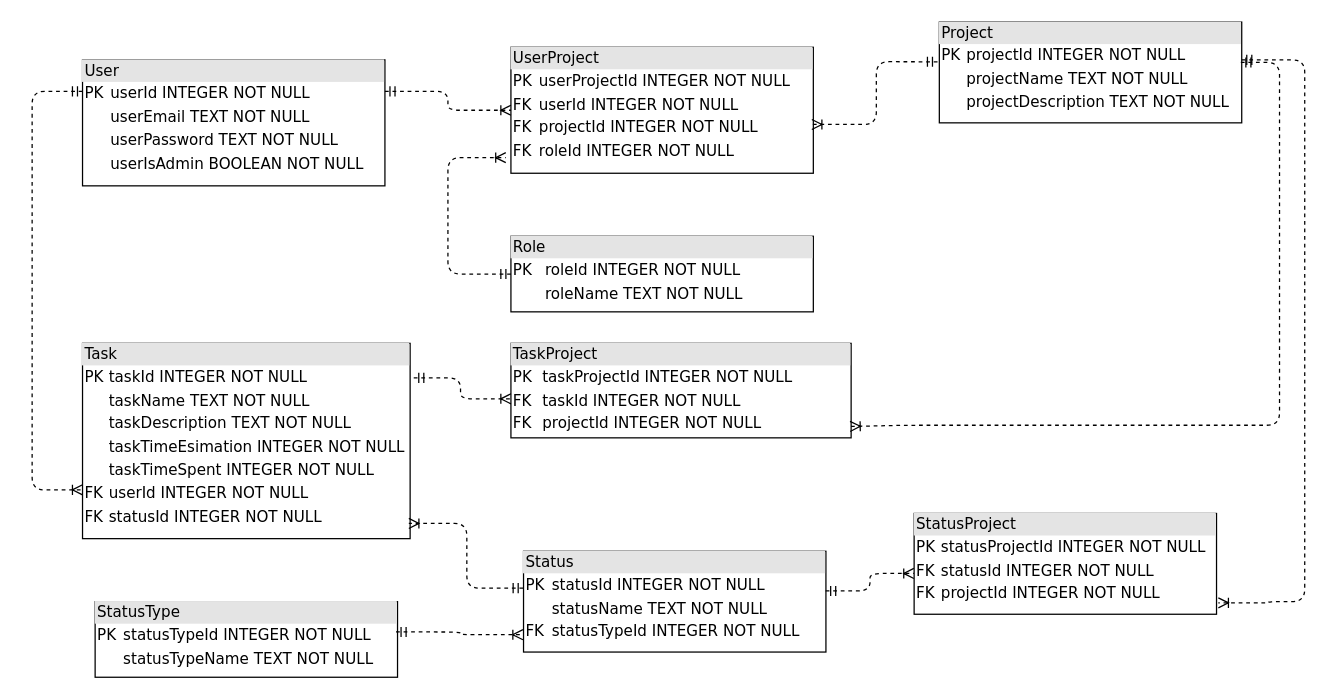
The draw.io diagram docs/raw_diagrams/database.drawio in aVorotnikov/thunder_board, before the edit. Source tidied: cells renumbered, new cells numbered last; positions are measured from the earlier drawing's top-left corner, leaving out a move shared by most shapes. Both pictures are drawn from the tidied source at 126%, with x=0, y=0 at pixel (32, 21).
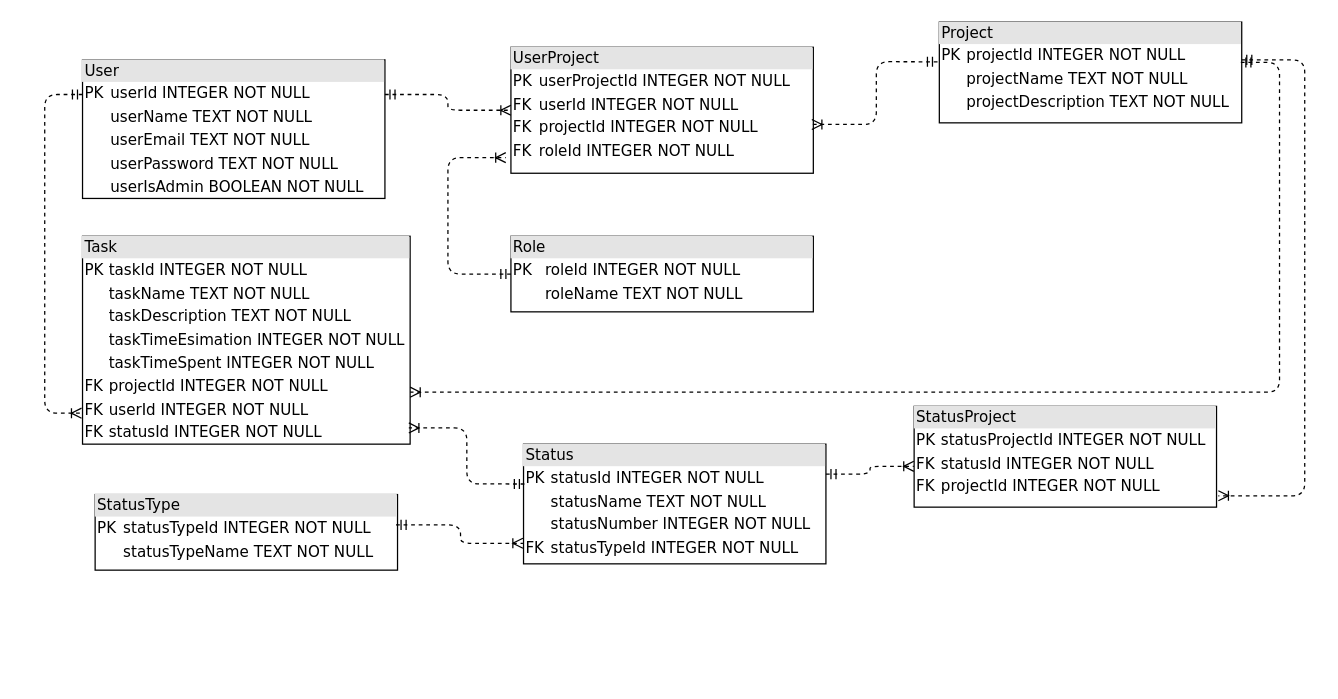
After the change.

Commit message (it also covers changes not shown here):
Исправление схемы данных по ревью

The change refers to these unchanged cells:
```xml
<mxCell id="3" value="&lt;div style=&quot;box-sizing: border-box ; width: 100% ; background: #e4e4e4 ; padding: 2px&quot;&gt;Project&lt;/div&gt;&lt;table style=&quot;width: 100% ; font-size: 1em&quot; cellpadding=&quot;2&quot; cellspacing=&quot;0&quot;&gt;&lt;tbody&gt;&lt;tr&gt;&lt;td&gt;PK&lt;/td&gt;&lt;td&gt;projectId INTEGER NOT NULL&lt;/td&gt;&lt;/tr&gt;&lt;tr&gt;&lt;td&gt;&lt;br&gt;&lt;/td&gt;&lt;td&gt;projectName TEXT NOT NULL&lt;/td&gt;&lt;/tr&gt;&lt;tr&gt;&lt;td&gt;&lt;/td&gt;&lt;td&gt;projectDescription TEXT NOT NULL&lt;/td&gt;&lt;/tr&gt;&lt;tr&gt;&lt;td&gt;&lt;br&gt;&lt;/td&gt;&lt;td&gt;&lt;br&gt;&lt;/td&gt;&lt;/tr&gt;&lt;/tbody&gt;&lt;/table&gt;" style="verticalAlign=top;align=left;overflow=fill;html=1;rounded=0;shadow=0;comic=0;labelBackgroundColor=none;strokeWidth=1;fontFamily=Verdana;fontSize=12;" parent="1" vertex="1">
  <mxGeometry x="720" width="240" height="80" as="geometry" />
</mxCell>
```

What changed in the source:
```diff
@@
-    <mxCell id="2" value="&lt;div style=&quot;box-sizing: border-box ; width: 100% ; background: #e4e4e4 ; padding: 2px&quot;&gt;User&lt;/div&gt;&lt;table style=&quot;width: 100% ; font-size: 1em&quot; cellpadding=&quot;2&quot; cellspacing=&quot;0&quot;&gt;&lt;tbody&gt;&lt;tr&gt;&lt;td&gt;PK&lt;/td&gt;&lt;td&gt;userId INTEGER NOT NULL&lt;/td&gt;&lt;/tr&gt;&lt;tr&gt;&lt;td&gt;&lt;br&gt;&lt;/td&gt;&lt;td&gt;userEmail TEXT NOT NULL&lt;/td&gt;&lt;/tr&gt;&lt;tr&gt;&lt;td&gt;&lt;/td&gt;&lt;td&gt;userPassword TEXT NOT NULL&lt;/td&gt;&lt;/tr&gt;&lt;tr&gt;&lt;td&gt;&lt;br&gt;&lt;/td&gt;&lt;td&gt;userIsAdmin BOOLEAN NOT NULL&lt;br&gt;&lt;/td&gt;&lt;/tr&gt;&lt;/tbody&gt;&lt;/table&gt;" style="verticalAlign=top;align=left;overflow=fill;html=1;rounded=0;shadow=0;comic=0;labelBackgroundColor=none;strokeWidth=1;fontFamily=Verdana;fontSize=12;" parent="1" vertex="1">
-      <mxGeometry x="40" y="30" width="240" height="100" as="geometry" />
+    <mxCell id="2" value="&lt;div style=&quot;box-sizing: border-box ; width: 100% ; background: #e4e4e4 ; padding: 2px&quot;&gt;User&lt;/div&gt;&lt;table style=&quot;width: 100% ; font-size: 1em&quot; cellpadding=&quot;2&quot; cellspacing=&quot;0&quot;&gt;&lt;tbody&gt;&lt;tr&gt;&lt;td&gt;PK&lt;/td&gt;&lt;td&gt;userId INTEGER NOT NULL&lt;/td&gt;&lt;/tr&gt;&lt;tr&gt;&lt;td&gt;&lt;br&gt;&lt;/td&gt;&lt;td&gt;userName TEXT NOT NULL&lt;/td&gt;&lt;/tr&gt;&lt;tr&gt;&lt;td&gt;&lt;br&gt;&lt;/td&gt;&lt;td&gt;userEmail TEXT NOT NULL&lt;/td&gt;&lt;/tr&gt;&lt;tr&gt;&lt;td&gt;&lt;/td&gt;&lt;td&gt;userPassword TEXT NOT NULL&lt;/td&gt;&lt;/tr&gt;&lt;tr&gt;&lt;td&gt;&lt;br&gt;&lt;/td&gt;&lt;td&gt;userIsAdmin BOOLEAN NOT NULL&lt;br&gt;&lt;/td&gt;&lt;/tr&gt;&lt;/tbody&gt;&lt;/table&gt;" style="verticalAlign=top;align=left;overflow=fill;html=1;rounded=0;shadow=0;comic=0;labelBackgroundColor=none;strokeWidth=1;fontFamily=Verdana;fontSize=12;" parent="1" vertex="1">
+      <mxGeometry x="40" y="30" width="240" height="110" as="geometry" />
     </mxCell>
@@
-    <mxCell id="9" value="&lt;div style=&quot;box-sizing: border-box ; width: 100% ; background: #e4e4e4 ; padding: 2px&quot;&gt;Task&lt;/div&gt;&lt;table style=&quot;width: 100% ; font-size: 1em&quot; cellpadding=&quot;2&quot; cellspacing=&quot;0&quot;&gt;&lt;tbody&gt;&lt;tr&gt;&lt;td&gt;PK&lt;/td&gt;&lt;td&gt;taskId INTEGER NOT NULL&lt;/td&gt;&lt;/tr&gt;&lt;tr&gt;&lt;td&gt;&lt;br&gt;&lt;/td&gt;&lt;td&gt;taskName TEXT NOT NULL&lt;/td&gt;&lt;/tr&gt;&lt;tr&gt;&lt;td&gt;&lt;/td&gt;&lt;td&gt;taskDescription TEXT NOT NULL&lt;br&gt;&lt;/td&gt;&lt;/tr&gt;&lt;tr&gt;&lt;td&gt;&lt;br&gt;&lt;/td&gt;&lt;td&gt;taskTimeEsimation INTEGER NOT NULL&lt;br&gt;&lt;/td&gt;&lt;/tr&gt;&lt;tr&gt;&lt;td&gt;&lt;br&gt;&lt;/td&gt;&lt;td&gt;taskTimeSpent INTEGER NOT NULL&lt;br&gt;&lt;/td&gt;&lt;/tr&gt;&lt;tr&gt;&lt;td&gt;FK&lt;/td&gt;&lt;td&gt;userId INTEGER NOT NULL&lt;/td&gt;&lt;/tr&gt;&lt;tr&gt;&lt;td&gt;FK&lt;/td&gt;&lt;td&gt;statusId INTEGER NOT NULL&lt;/td&gt;&lt;/tr&gt;&lt;/tbody&gt;&lt;/table&gt;" style="verticalAlign=top;align=left;overflow=fill;html=1;rounded=0;shadow=0;comic=0;labelBackgroundColor=none;strokeWidth=1;fontFamily=Verdana;fontSize=12;" parent="1" vertex="1">
-      <mxGeometry x="40" y="255" width="260" height="155" as="geometry" />
+    <mxCell id="9" value="&lt;div style=&quot;box-sizing: border-box ; width: 100% ; background: #e4e4e4 ; padding: 2px&quot;&gt;Task&lt;/div&gt;&lt;table style=&quot;width: 100% ; font-size: 1em&quot; cellpadding=&quot;2&quot; cellspacing=&quot;0&quot;&gt;&lt;tbody&gt;&lt;tr&gt;&lt;td&gt;PK&lt;/td&gt;&lt;td&gt;taskId INTEGER NOT NULL&lt;/td&gt;&lt;/tr&gt;&lt;tr&gt;&lt;td&gt;&lt;br&gt;&lt;/td&gt;&lt;td&gt;taskName TEXT NOT NULL&lt;/td&gt;&lt;/tr&gt;&lt;tr&gt;&lt;td&gt;&lt;/td&gt;&lt;td&gt;taskDescription TEXT NOT NULL&lt;br&gt;&lt;/td&gt;&lt;/tr&gt;&lt;tr&gt;&lt;td&gt;&lt;br&gt;&lt;/td&gt;&lt;td&gt;taskTimeEsimation INTEGER NOT NULL&lt;br&gt;&lt;/td&gt;&lt;/tr&gt;&lt;tr&gt;&lt;td&gt;&lt;br&gt;&lt;/td&gt;&lt;td&gt;taskTimeSpent INTEGER NOT NULL&lt;br&gt;&lt;/td&gt;&lt;/tr&gt;&lt;tr&gt;&lt;td&gt;FK&lt;/td&gt;&lt;td&gt;projectId INTEGER NOT NULL&lt;/td&gt;&lt;/tr&gt;&lt;tr&gt;&lt;td&gt;FK&lt;/td&gt;&lt;td&gt;userId INTEGER NOT NULL&lt;/td&gt;&lt;/tr&gt;&lt;tr&gt;&lt;td&gt;FK&lt;/td&gt;&lt;td&gt;statusId INTEGER NOT NULL&lt;/td&gt;&lt;/tr&gt;&lt;/tbody&gt;&lt;/table&gt;" style="verticalAlign=top;align=left;overflow=fill;html=1;rounded=0;shadow=0;comic=0;labelBackgroundColor=none;strokeWidth=1;fontFamily=Verdana;fontSize=12;" parent="1" vertex="1">
+      <mxGeometry x="40" y="170" width="260" height="165" as="geometry" />
     </mxCell>
-    <mxCell id="10" style="edgeStyle=orthogonalEdgeStyle;html=1;dashed=1;labelBackgroundColor=none;startArrow=ERmandOne;endArrow=ERoneToMany;fontFamily=Verdana;fontSize=12;align=left;entryX=0;entryY=0.75;entryDx=0;entryDy=0;exitX=0;exitY=0.25;exitDx=0;exitDy=0;" parent="1" edge="1" source="2" target="9">
+    <mxCell id="10" style="edgeStyle=orthogonalEdgeStyle;html=1;dashed=1;labelBackgroundColor=none;startArrow=ERmandOne;endArrow=ERoneToMany;fontFamily=Verdana;fontSize=12;align=left;entryX=-0.003;entryY=0.851;entryDx=0;entryDy=0;exitX=0;exitY=0.25;exitDx=0;exitDy=0;entryPerimeter=0;" parent="1" edge="1" source="2" target="9">
       <mxGeometry relative="1" as="geometry">
         <Array as="points">
-          <mxPoint y="55" />
-          <mxPoint y="371" />
+          <mxPoint x="10" y="58" />
+          <mxPoint x="10" y="310" />
         </Array>
       </mxGeometry>
     </mxCell>
-    <mxCell id="11" value="&lt;div style=&quot;box-sizing: border-box ; width: 100% ; background: #e4e4e4 ; padding: 2px&quot;&gt;TaskProject&lt;/div&gt;&lt;table style=&quot;width: 100% ; font-size: 1em&quot; cellpadding=&quot;2&quot; cellspacing=&quot;0&quot;&gt;&lt;tbody&gt;&lt;tr&gt;&lt;td&gt;PK&lt;/td&gt;&lt;td&gt;taskProjectId INTEGER NOT NULL&lt;/td&gt;&lt;/tr&gt;&lt;tr&gt;&lt;td&gt;FK&lt;/td&gt;&lt;td&gt;taskId INTEGER NOT NULL&lt;/td&gt;&lt;/tr&gt;&lt;tr&gt;&lt;td&gt;FK&lt;/td&gt;&lt;td&gt;projectId INTEGER&amp;nbsp;NOT NULL&lt;/td&gt;&lt;/tr&gt;&lt;tr&gt;&lt;td&gt;&lt;br&gt;&lt;/td&gt;&lt;td&gt;&lt;br&gt;&lt;/td&gt;&lt;/tr&gt;&lt;/tbody&gt;&lt;/table&gt;" style="verticalAlign=top;align=left;overflow=fill;html=1;rounded=0;shadow=0;comic=0;labelBackgroundColor=none;strokeWidth=1;fontFamily=Verdana;fontSize=12;" parent="1" vertex="1">
-      <mxGeometry x="380" y="255" width="270" height="75" as="geometry" />
-    </mxCell>
-    <mxCell id="12" style="edgeStyle=orthogonalEdgeStyle;html=1;dashed=1;labelBackgroundColor=none;startArrow=ERmandOne;endArrow=ERoneToMany;fontFamily=Verdana;fontSize=12;align=left;exitX=1.011;exitY=0.177;exitDx=0;exitDy=0;exitPerimeter=0;entryX=0;entryY=0.587;entryDx=0;entryDy=0;entryPerimeter=0;" parent="1" edge="1" source="9" target="11">
-      <mxGeometry relative="1" as="geometry" />
-    </mxCell>
-    <mxCell id="13" style="edgeStyle=orthogonalEdgeStyle;html=1;dashed=1;labelBackgroundColor=none;startArrow=ERmandOne;endArrow=ERoneToMany;fontFamily=Verdana;fontSize=12;align=left;entryX=0.997;entryY=0.879;entryDx=0;entryDy=0;exitX=0.997;exitY=0.401;exitDx=0;exitDy=0;exitPerimeter=0;entryPerimeter=0;" parent="1" edge="1" source="3" target="11">
+    <mxCell id="13" style="edgeStyle=orthogonalEdgeStyle;html=1;dashed=1;labelBackgroundColor=none;startArrow=ERmandOne;endArrow=ERoneToMany;fontFamily=Verdana;fontSize=12;align=left;entryX=1;entryY=0.75;entryDx=0;entryDy=0;exitX=0.997;exitY=0.401;exitDx=0;exitDy=0;exitPerimeter=0;" parent="1" edge="1" source="3" target="9">
       <mxGeometry relative="1" as="geometry">
         <Array as="points">
           <mxPoint x="990" y="32" />
-          <mxPoint x="990" y="320" />
-          <mxPoint x="695" y="320" />
+          <mxPoint x="990" y="294" />
         </Array>
       </mxGeometry>
     </mxCell>
-    <mxCell id="14" value="&lt;div style=&quot;box-sizing: border-box ; width: 100% ; background: #e4e4e4 ; padding: 2px&quot;&gt;Status&lt;/div&gt;&lt;table style=&quot;width: 100% ; font-size: 1em&quot; cellpadding=&quot;2&quot; cellspacing=&quot;0&quot;&gt;&lt;tbody&gt;&lt;tr&gt;&lt;td&gt;PK&lt;/td&gt;&lt;td&gt;statusId INTEGER NOT NULL&lt;/td&gt;&lt;/tr&gt;&lt;tr&gt;&lt;td&gt;&lt;br&gt;&lt;/td&gt;&lt;td&gt;statusName TEXT NOT NULL&lt;/td&gt;&lt;/tr&gt;&lt;tr&gt;&lt;td&gt;FK&lt;/td&gt;&lt;td&gt;statusTypeId INTEGER NOT NULL&lt;/td&gt;&lt;/tr&gt;&lt;tr&gt;&lt;td&gt;&lt;br&gt;&lt;/td&gt;&lt;td&gt;&lt;br&gt;&lt;/td&gt;&lt;/tr&gt;&lt;/tbody&gt;&lt;/table&gt;" style="verticalAlign=top;align=left;overflow=fill;html=1;rounded=0;shadow=0;comic=0;labelBackgroundColor=none;strokeWidth=1;fontFamily=Verdana;fontSize=12;" parent="1" vertex="1">
-      <mxGeometry x="390" y="420" width="240" height="80" as="geometry" />
+    <mxCell id="14" value="&lt;div style=&quot;box-sizing: border-box ; width: 100% ; background: #e4e4e4 ; padding: 2px&quot;&gt;Status&lt;/div&gt;&lt;table style=&quot;width: 100% ; font-size: 1em&quot; cellpadding=&quot;2&quot; cellspacing=&quot;0&quot;&gt;&lt;tbody&gt;&lt;tr&gt;&lt;td&gt;PK&lt;/td&gt;&lt;td&gt;statusId INTEGER NOT NULL&lt;/td&gt;&lt;/tr&gt;&lt;tr&gt;&lt;td&gt;&lt;br&gt;&lt;/td&gt;&lt;td&gt;statusName TEXT NOT NULL&lt;/td&gt;&lt;/tr&gt;&lt;tr&gt;&lt;td&gt;&lt;br&gt;&lt;/td&gt;&lt;td&gt;statusNumber INTEGER NOT NULL&lt;/td&gt;&lt;/tr&gt;&lt;tr&gt;&lt;td&gt;FK&lt;/td&gt;&lt;td&gt;statusTypeId INTEGER NOT NULL&lt;/td&gt;&lt;/tr&gt;&lt;/tbody&gt;&lt;/table&gt;" style="verticalAlign=top;align=left;overflow=fill;html=1;rounded=0;shadow=0;comic=0;labelBackgroundColor=none;strokeWidth=1;fontFamily=Verdana;fontSize=12;" parent="1" vertex="1">
+      <mxGeometry x="390" y="335" width="240" height="95" as="geometry" />
     </mxCell>
     <mxCell id="15" value="&lt;div style=&quot;box-sizing: border-box ; width: 100% ; background: #e4e4e4 ; padding: 2px&quot;&gt;StatusType&lt;/div&gt;&lt;table style=&quot;width: 100% ; font-size: 1em&quot; cellpadding=&quot;2&quot; cellspacing=&quot;0&quot;&gt;&lt;tbody&gt;&lt;tr&gt;&lt;td&gt;PK&lt;/td&gt;&lt;td&gt;statusTypeId INTEGER NOT NULL&lt;/td&gt;&lt;/tr&gt;&lt;tr&gt;&lt;td&gt;&lt;br&gt;&lt;/td&gt;&lt;td&gt;statusTypeName TEXT NOT NULL&lt;/td&gt;&lt;/tr&gt;&lt;tr&gt;&lt;td&gt;&lt;/td&gt;&lt;td&gt;&lt;/td&gt;&lt;/tr&gt;&lt;/tbody&gt;&lt;/table&gt;" style="verticalAlign=top;align=left;overflow=fill;html=1;rounded=0;shadow=0;comic=0;labelBackgroundColor=none;strokeWidth=1;fontFamily=Verdana;fontSize=12;" parent="1" vertex="1">
-      <mxGeometry x="50" y="460" width="240" height="60" as="geometry" />
+      <mxGeometry x="50" y="375" width="240" height="60" as="geometry" />
     </mxCell>
@@
     <mxCell id="17" value="&lt;div style=&quot;box-sizing: border-box ; width: 100% ; background: #e4e4e4 ; padding: 2px&quot;&gt;StatusProject&lt;/div&gt;&lt;table style=&quot;width: 100% ; font-size: 1em&quot; cellpadding=&quot;2&quot; cellspacing=&quot;0&quot;&gt;&lt;tbody&gt;&lt;tr&gt;&lt;td&gt;PK&lt;/td&gt;&lt;td&gt;statusProjectId INTEGER NOT NULL&lt;/td&gt;&lt;/tr&gt;&lt;tr&gt;&lt;td&gt;FK&lt;/td&gt;&lt;td&gt;statusId INTEGER&amp;nbsp;NOT NULL&lt;/td&gt;&lt;/tr&gt;&lt;tr&gt;&lt;td&gt;FK&lt;/td&gt;&lt;td&gt;projectId INTEGER NOT NULL&lt;/td&gt;&lt;/tr&gt;&lt;tr&gt;&lt;td&gt;&lt;br&gt;&lt;/td&gt;&lt;td&gt;&lt;br&gt;&lt;/td&gt;&lt;/tr&gt;&lt;/tbody&gt;&lt;/table&gt;" style="verticalAlign=top;align=left;overflow=fill;html=1;rounded=0;shadow=0;comic=0;labelBackgroundColor=none;strokeWidth=1;fontFamily=Verdana;fontSize=12;" parent="1" vertex="1">
-      <mxGeometry x="700" y="390" width="240" height="80" as="geometry" />
+      <mxGeometry x="700" y="305" width="240" height="80" as="geometry" />
     </mxCell>
-    <mxCell id="18" style="edgeStyle=orthogonalEdgeStyle;html=1;dashed=1;labelBackgroundColor=none;startArrow=ERmandOne;endArrow=ERoneToMany;fontFamily=Verdana;fontSize=12;align=left;entryX=-0.001;entryY=0.595;entryDx=0;entryDy=0;exitX=0.999;exitY=0.394;exitDx=0;exitDy=0;entryPerimeter=0;exitPerimeter=0;" parent="1" edge="1" source="14" target="17">
+    <mxCell id="18" style="edgeStyle=orthogonalEdgeStyle;html=1;dashed=1;labelBackgroundColor=none;startArrow=ERmandOne;endArrow=ERoneToMany;fontFamily=Verdana;fontSize=12;align=left;entryX=-0.001;entryY=0.595;entryDx=0;entryDy=0;exitX=1;exitY=0.25;exitDx=0;exitDy=0;entryPerimeter=0;" parent="1" edge="1" source="14" target="17">
       <mxGeometry relative="1" as="geometry" />
     </mxCell>
     <mxCell id="19" style="edgeStyle=orthogonalEdgeStyle;html=1;dashed=1;labelBackgroundColor=none;startArrow=ERmandOne;endArrow=ERoneToMany;fontFamily=Verdana;fontSize=12;align=left;entryX=1.006;entryY=0.887;entryDx=0;entryDy=0;entryPerimeter=0;" parent="1" edge="1" target="17">
       <mxGeometry relative="1" as="geometry">
         <mxPoint x="960" y="30" as="sourcePoint" />
         <Array as="points">
+          <mxPoint x="960" y="30" />
           <mxPoint x="1010" y="30" />
-          <mxPoint x="1010" y="460" />
-          <mxPoint x="981" y="460" />
+          <mxPoint x="1010" y="376" />
         </Array>
       </mxGeometry>
     </mxCell>
-    <mxCell id="20" style="edgeStyle=orthogonalEdgeStyle;html=1;dashed=1;labelBackgroundColor=none;startArrow=ERmandOne;endArrow=ERoneToMany;fontFamily=Verdana;fontSize=12;align=left;exitX=-0.001;exitY=0.366;exitDx=0;exitDy=0;exitPerimeter=0;entryX=0.996;entryY=0.922;entryDx=0;entryDy=0;entryPerimeter=0;" parent="1" edge="1" source="14" target="9">
+    <mxCell id="20" style="edgeStyle=orthogonalEdgeStyle;html=1;dashed=1;labelBackgroundColor=none;startArrow=ERmandOne;endArrow=ERoneToMany;fontFamily=Verdana;fontSize=12;align=left;exitX=0.003;exitY=0.333;exitDx=0;exitDy=0;exitPerimeter=0;entryX=0.996;entryY=0.922;entryDx=0;entryDy=0;entryPerimeter=0;" parent="1" edge="1" source="14" target="9">
       <mxGeometry relative="1" as="geometry" />
     </mxCell>
```
